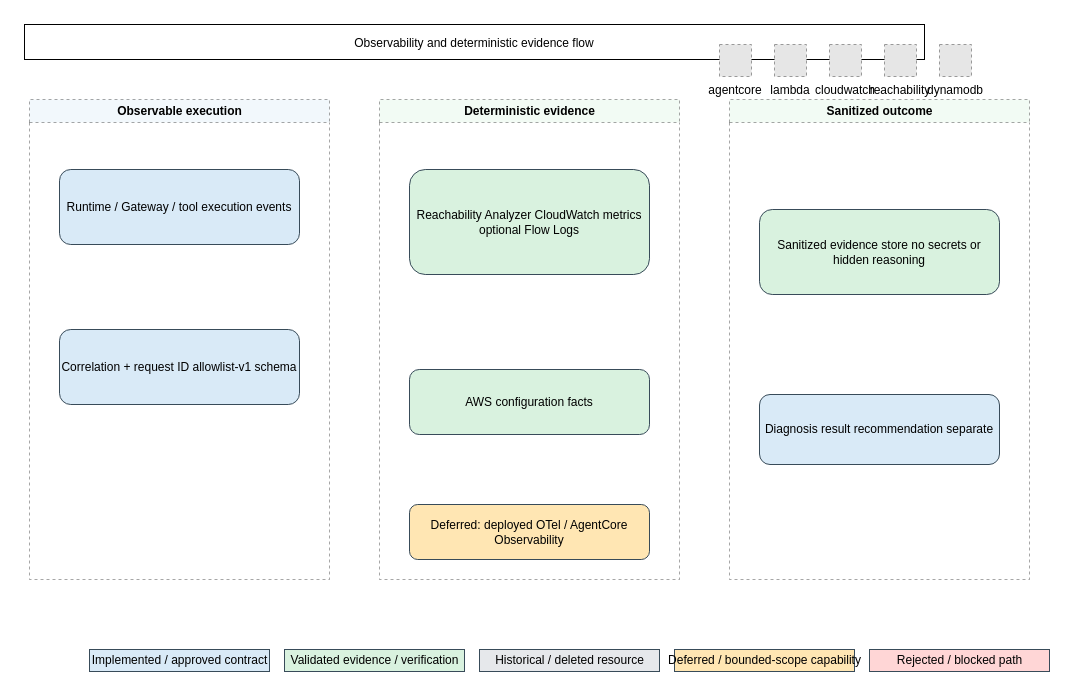
Before: docs/diagrams/04-observability-evidence-flow.drawio in omr19/agentic-aws-network-ops, a draw.io diagram. Source tidied: cells renumbered, new cells numbered last; positions are measured from the earlier drawing's top-left corner, leaving out a move shared by most shapes. Both pictures are drawn from the tidied source at 100%, with x=0, y=0 at pixel (24, 24). Pictures stored in the file or linked from it are replaced by grey dashed boxes.
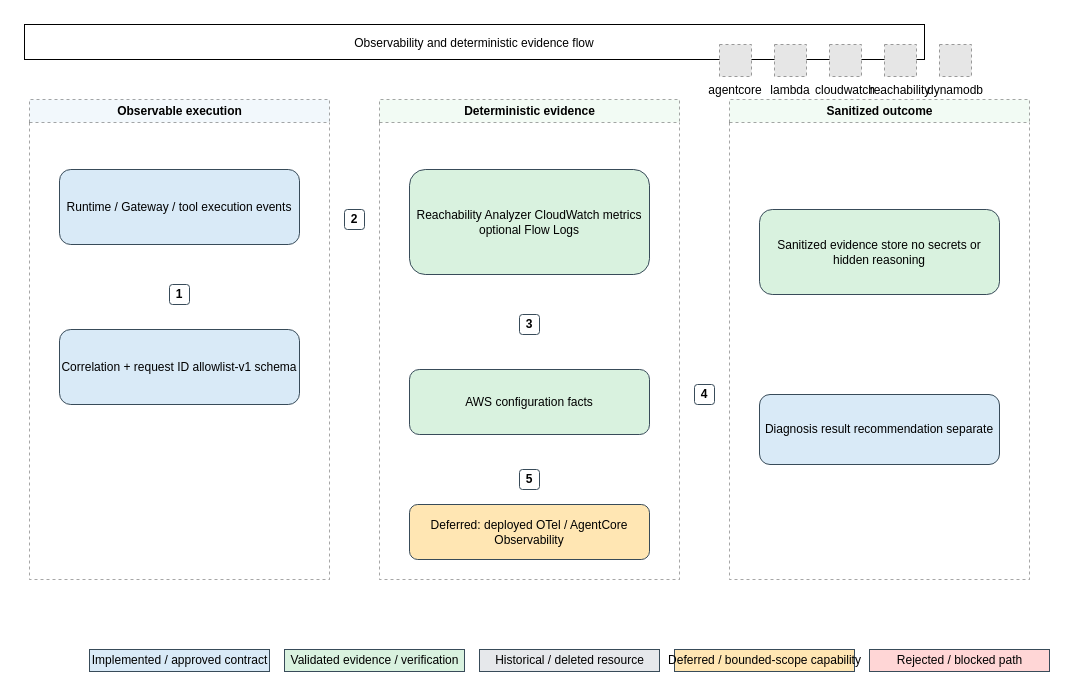
The same diagram, later.

Commit message (it also covers changes not shown here):
Label diagram connectors with numbered flow steps

The edit, as a diff of the source:
```diff
@@
+    <mxCell id="28" value="1" style="rounded=1;whiteSpace=wrap;html=1;fillColor=#ffffff;strokeColor=#384b59;fontStyle=1;align=center;verticalAlign=middle;" parent="1" vertex="1">
+      <mxGeometry x="145" y="260" width="20" height="20" as="geometry" />
+    </mxCell>
+    <mxCell id="29" value="2" style="rounded=1;whiteSpace=wrap;html=1;fillColor=#ffffff;strokeColor=#384b59;fontStyle=1;align=center;verticalAlign=middle;" parent="1" vertex="1">
+      <mxGeometry x="320" y="185" width="20" height="20" as="geometry" />
+    </mxCell>
+    <mxCell id="30" value="3" style="rounded=1;whiteSpace=wrap;html=1;fillColor=#ffffff;strokeColor=#384b59;fontStyle=1;align=center;verticalAlign=middle;" parent="1" vertex="1">
+      <mxGeometry x="495" y="290" width="20" height="20" as="geometry" />
+    </mxCell>
+    <mxCell id="31" value="4" style="rounded=1;whiteSpace=wrap;html=1;fillColor=#ffffff;strokeColor=#384b59;fontStyle=1;align=center;verticalAlign=middle;" parent="1" vertex="1">
+      <mxGeometry x="670" y="360" width="20" height="20" as="geometry" />
+    </mxCell>
+    <mxCell id="32" value="5" style="rounded=1;whiteSpace=wrap;html=1;fillColor=#ffffff;strokeColor=#384b59;fontStyle=1;align=center;verticalAlign=middle;" parent="1" vertex="1">
+      <mxGeometry x="495" y="445" width="20" height="20" as="geometry" />
+    </mxCell>
```
